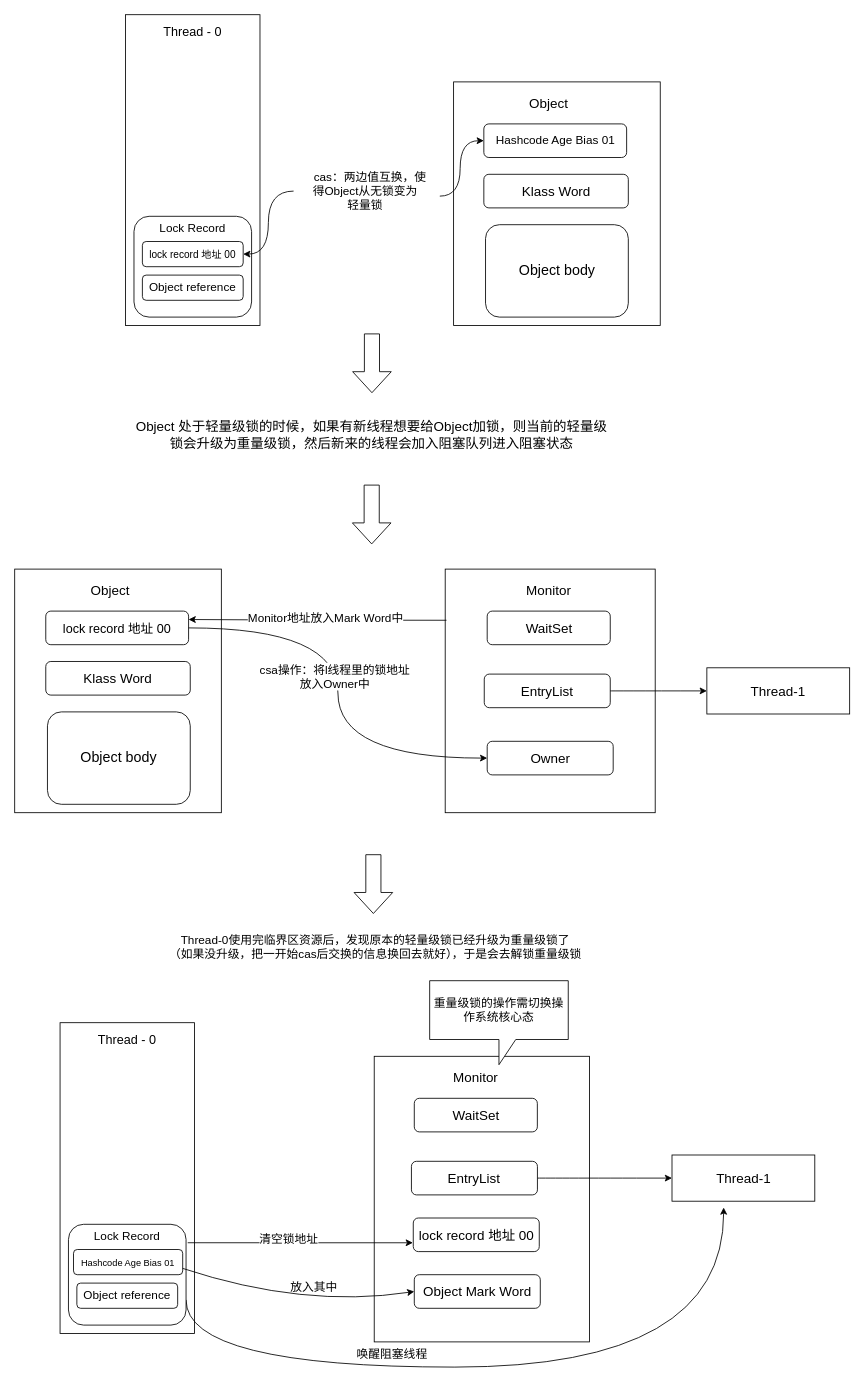
Before: case_java8/锁膨胀/多线程锁膨胀.drawio in Stone-WYD/concurrent-wyd, a draw.io diagram. Source tidied: cells renumbered, new cells numbered last; positions are measured from the earlier drawing's top-left corner, leaving out a move shared by most shapes. Both pictures are drawn from the tidied source at 84%, with x=0, y=0 at pixel (14, 14).
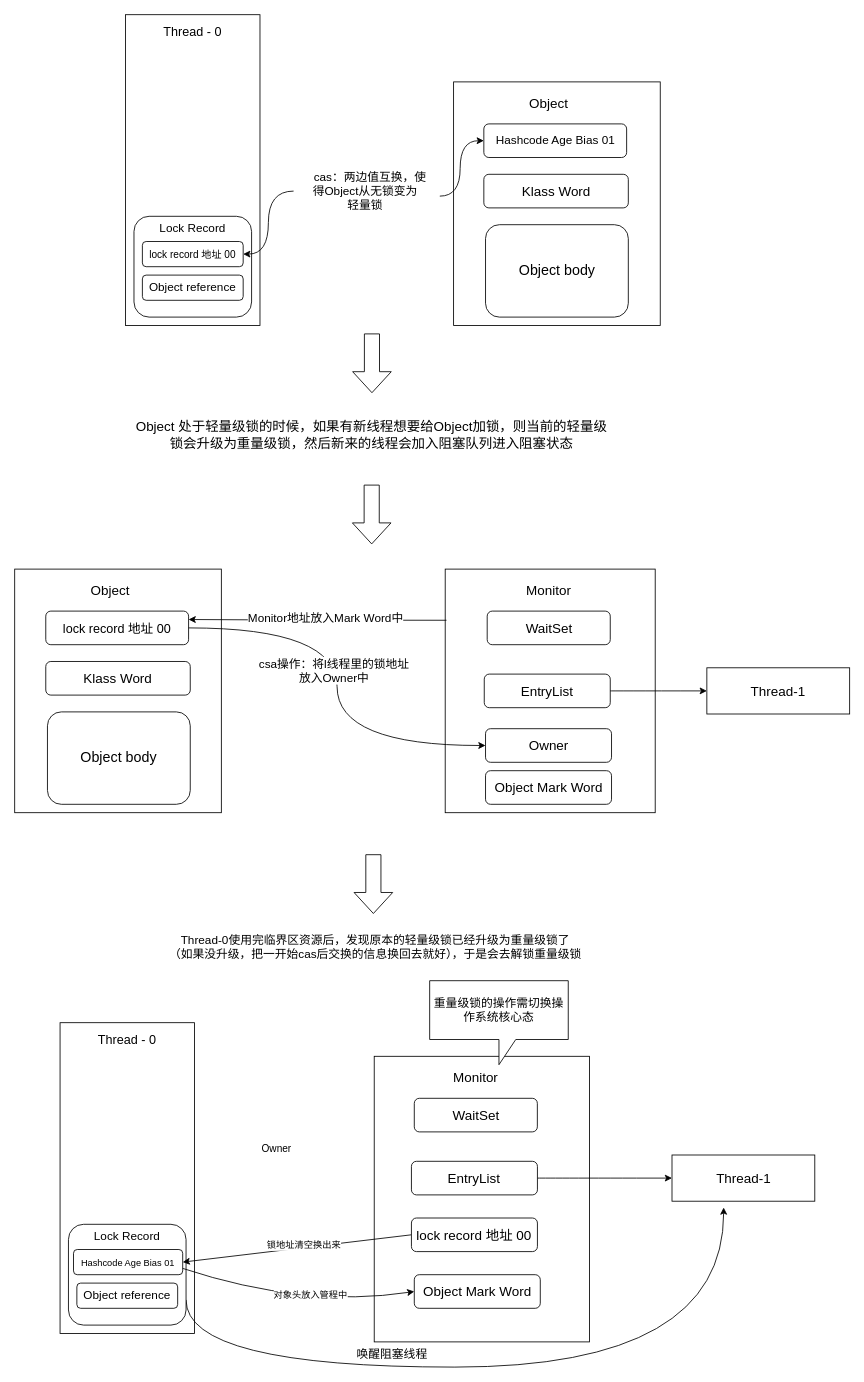
Above is the later version.

Commit message (it also covers changes not shown here):
自定义线程池，完善锁膨胀流程图

Unchanged cells that the change refers to:
```xml
<mxCell id="41" style="rounded=1;whiteSpace=wrap;html=1;fontSize=16;" parent="1" vertex="1">
  <mxGeometry x="64" y="1440" width="140" height="120" as="geometry" />
</mxCell>
<mxCell id="43" value="&lt;font style=&quot;font-size: 11px;&quot;&gt;Hashcode Age Bias 01&lt;/font&gt;" style="rounded=1;whiteSpace=wrap;html=1;fontSize=14;" parent="1" vertex="1">
  <mxGeometry x="70" y="1470" width="130" height="30" as="geometry" />
</mxCell>
<mxCell id="56" style="endArrow=classic;html=1;rounded=0;fontSize=14;curved=1;exitX=1;exitY=0.75;exitDx=0;exitDy=0;entryX=0;entryY=0.5;entryDx=0;entryDy=0;" parent="1" edge="1" source="43" target="53">
  <mxGeometry relative="1" as="geometry">
    <Array as="points">
      <mxPoint x="344" y="1540" />
    </Array>
  </mxGeometry>
</mxCell>
```

Diff of the diagram source:
```diff
@@
     <mxCell id="29" value="Owner" style="rounded=1;whiteSpace=wrap;html=1;fontSize=16;" parent="1" vertex="1">
-      <mxGeometry x="562.5" y="865" width="150" height="40" as="geometry" />
+      <mxGeometry x="560.5" y="850" width="150" height="40" as="geometry" />
     </mxCell>
@@
+    <mxCell id="59" style="rounded=0;jettySize=auto;html=1;exitX=0;exitY=0.5;exitDx=0;exitDy=0;entryX=1;entryY=0.5;entryDx=0;entryDy=0;" parent="1" edge="1" source="50" target="43">
+      <mxGeometry relative="1" as="geometry" />
+    </mxCell>
+    <mxCell id="60" value="锁地址清空换出来" style="edgeLabel;html=1;align=center;verticalAlign=middle;" parent="59" vertex="1">
+      <mxGeometry x="0.19" y="3" relative="1" as="geometry">
+        <mxPoint x="33" y="-10" as="offset" />
+      </mxGeometry>
+    </mxCell>
     <mxCell id="50" value="lock record 地址 00" style="rounded=1;whiteSpace=wrap;html=1;fontSize=16;" parent="1" vertex="1">
-      <mxGeometry x="474.5" y="1432.5" width="150" height="40" as="geometry" />
+      <mxGeometry x="472.3" y="1432.5" width="150" height="40" as="geometry" />
     </mxCell>
@@
-    <mxCell id="54" style="endArrow=classic;html=1;rounded=0;fontSize=14;curved=1;exitX=1.014;exitY=0.183;exitDx=0;exitDy=0;exitPerimeter=0;edgeStyle=orthogonalEdgeStyle;" parent="1" edge="1" source="41">
-      <mxGeometry relative="1" as="geometry">
-        <mxPoint x="474" y="1462" as="targetPoint" />
-      </mxGeometry>
-    </mxCell>
-    <mxCell id="55" value="清空锁地址" style="edgeLabel;html=1;align=center;verticalAlign=middle;fontSize=14;" parent="54" vertex="1">
-      <mxGeometry x="-0.11" y="4" relative="1" as="geometry" />
-    </mxCell>
@@
-    <mxCell id="57" value="放入其中" style="text;html=1;align=center;verticalAlign=middle;strokeColor=none;fillColor=none;fontSize=14;" parent="1" vertex="1">
-      <mxGeometry x="316" y="1500" width="80" height="30" as="geometry" />
-    </mxCell>
+    <mxCell id="61" value="对象头放入管程中" style="edgeLabel;html=1;align=center;verticalAlign=middle;" parent="56" vertex="1">
+      <mxGeometry x="0.13" y="15" relative="1" as="geometry" />
+    </mxCell>
@@
+    <mxCell id="62" value="Owner" style="text;html=1;strokeColor=none;fillColor=none;align=center;verticalAlign=middle;whiteSpace=wrap;rounded=0;" parent="1" vertex="1">
+      <mxGeometry x="282" y="1335" width="60" height="30" as="geometry" />
+    </mxCell>
+    <mxCell id="63" value="Object Mark Word" style="rounded=1;whiteSpace=wrap;html=1;fontSize=16;" parent="1" vertex="1">
+      <mxGeometry x="560.5" y="900" width="150" height="40" as="geometry" />
+    </mxCell>
```
